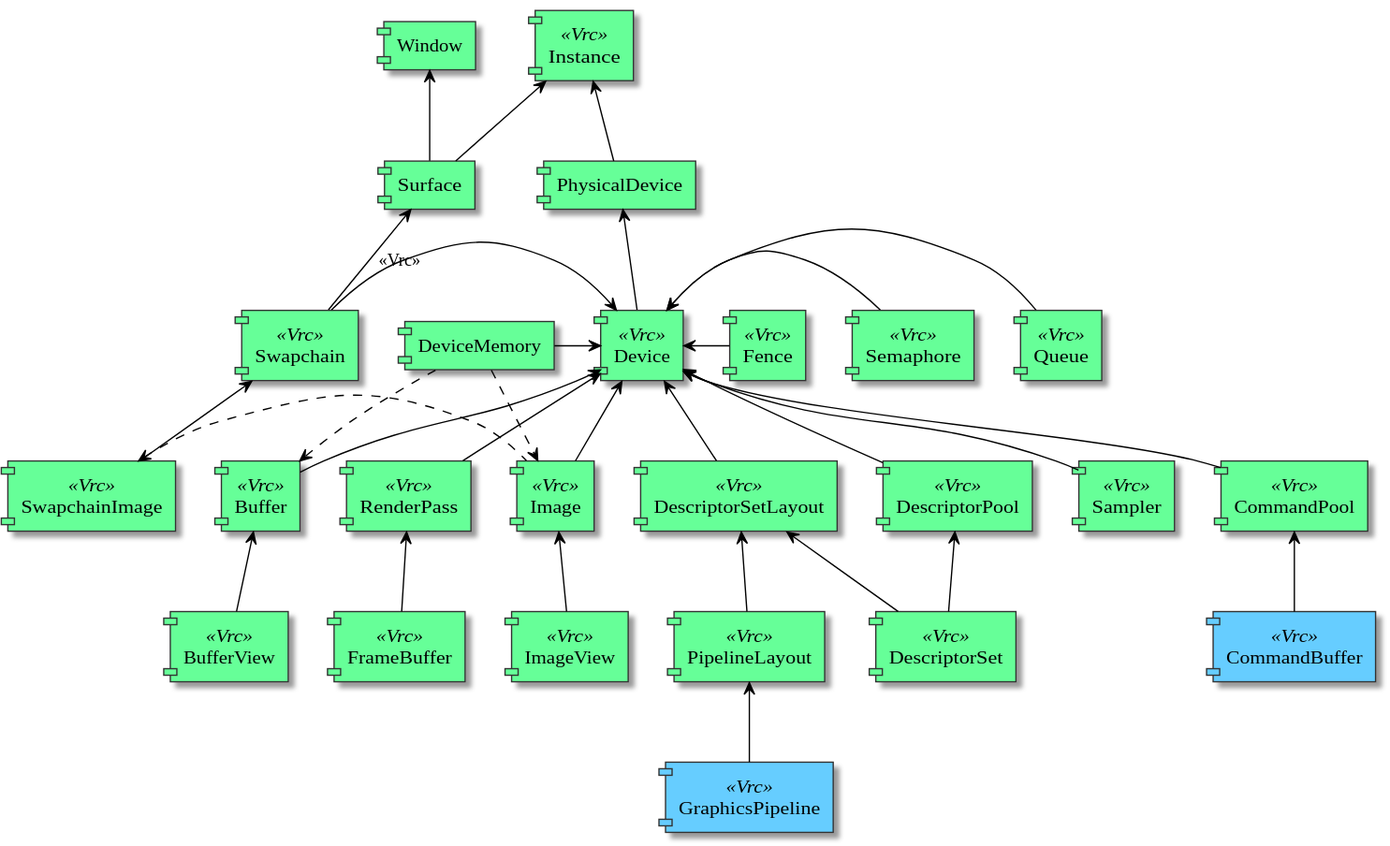
vulkayes/vulkayes-thesis keeps this PlantUML diagram as assets/diagrams/object_dependency_graph.svg. Above is the earlier version.
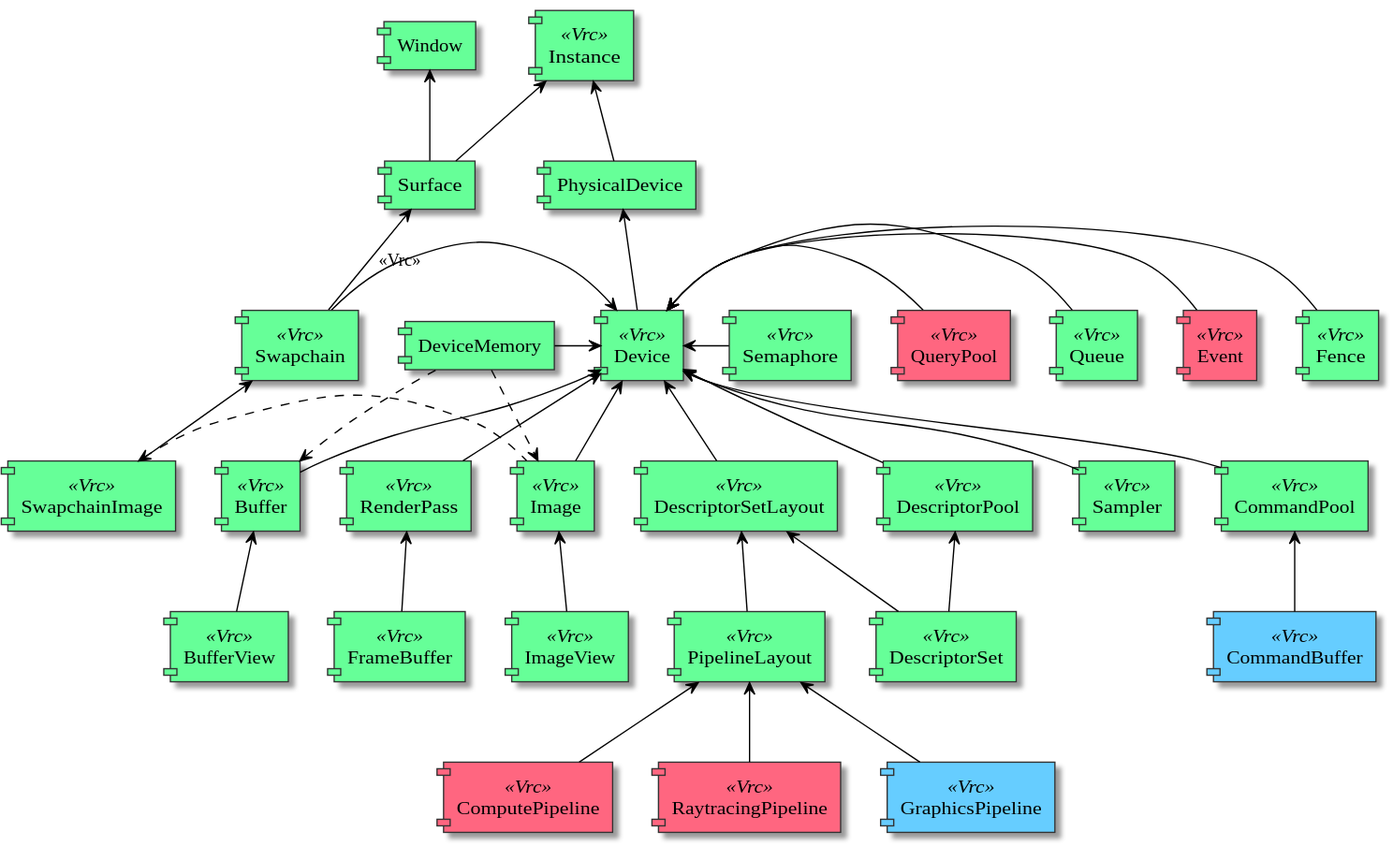
Later version of the same file.

What changed in the source:
```diff
@@ -33,8 +33,12 @@
 component [CommandPool] <<Vrc>> #66FF98
 component [CommandBuffer] <<Vrc>> #66CDFF
 
+component [QueryPool] <<Vrc>> #FF6680
+
 component [RenderPass] <<Vrc>> #66FF98
 component [FrameBuffer] <<Vrc>> #66FF98
+component [ComputePipeline] <<Vrc>> #FF6680
+component [RaytracingPipeline] <<Vrc>> #FF6680
 component [GraphicsPipeline] <<Vrc>> #66CDFF
 
 component [DescriptorSetLayout] <<Vrc>> #66FF98
@@ -45,6 +49,7 @@
 
 component [Semaphore] <<Vrc>> #66FF98
 component [Fence] <<Vrc>> #66FF98
+component [Event] <<Vrc>> #FF6680
 
 [Instance] <-- [PhysicalDevice]
 [Instance] <-- [Surface]
@@ -60,11 +65,13 @@
 [Device] <-- [Buffer]
 [Device] <-- [Sampler]
 [Device] <-- [CommandPool]
+[Device] <- [QueryPool]
 [Device] <-- [RenderPass]
 [Device] <-- [DescriptorSetLayout]
 [Device] <-- [DescriptorPool]
 [Device] <- [Semaphore]
 [Device] <- [Fence]
+[Device] <- [Event]
 
 [Swapchain] <-- [SwapchainImage]
 
@@ -80,6 +87,8 @@
 [RenderPass] <-- [FrameBuffer]
 [DescriptorSetLayout] <-- [DescriptorSet]
 [DescriptorSetLayout] <-- [PipelineLayout]
+[PipelineLayout] <-- [ComputePipeline]
+[PipelineLayout] <-- [RaytracingPipeline]
 [PipelineLayout] <-- [GraphicsPipeline]
 [DescriptorPool] <-- [DescriptorSet]
 
```
